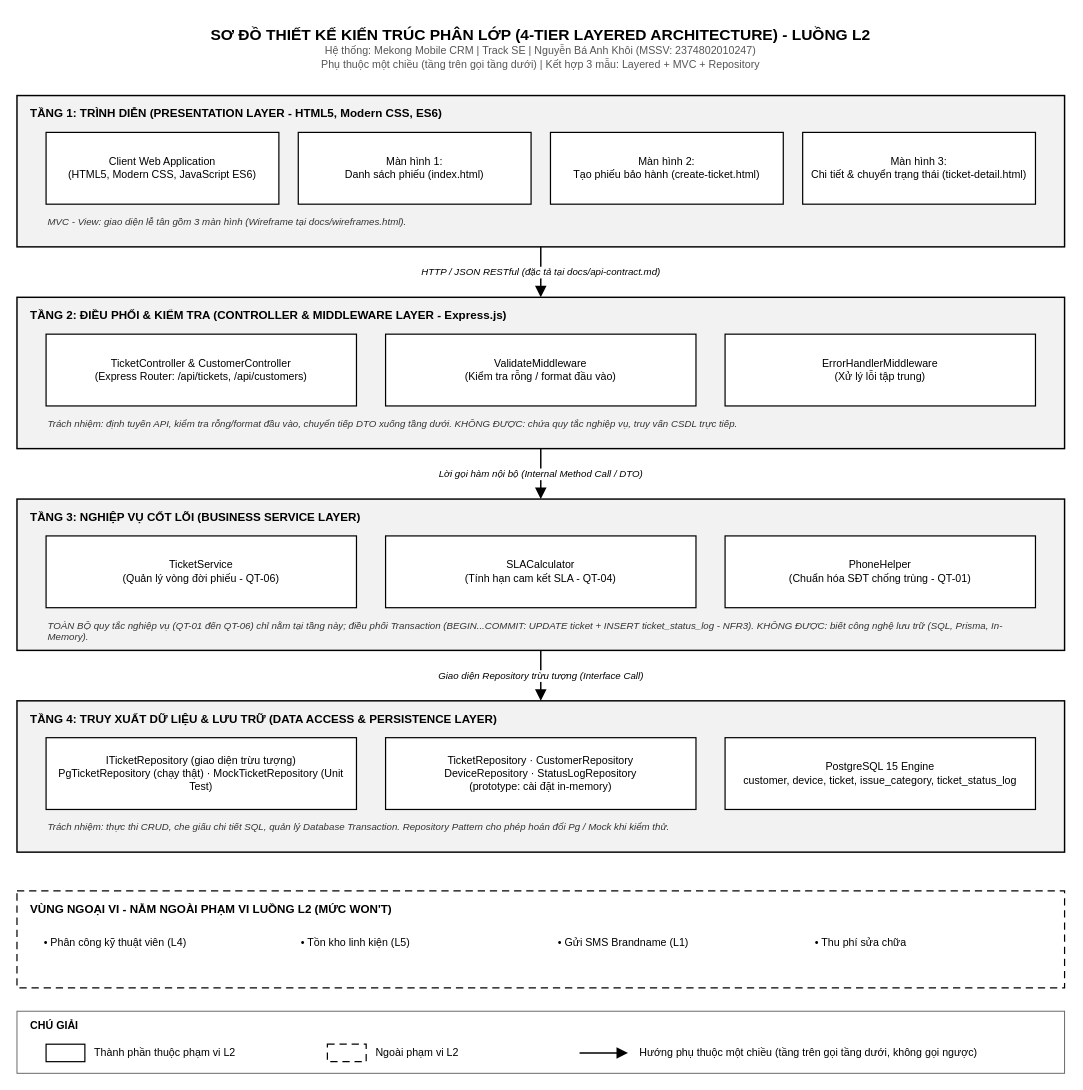
Before: docs/architecture.drawio in Khoidep-zai/cdtn1-NguyenBaAnhKhoi-l2, a draw.io diagram. Source tidied: cells renumbered, new cells numbered last; positions are measured from the earlier drawing's top-left corner, leaving out a move shared by most shapes. Both pictures are drawn from the tidied source at 97%, with x=0, y=0 at pixel (16, 16).
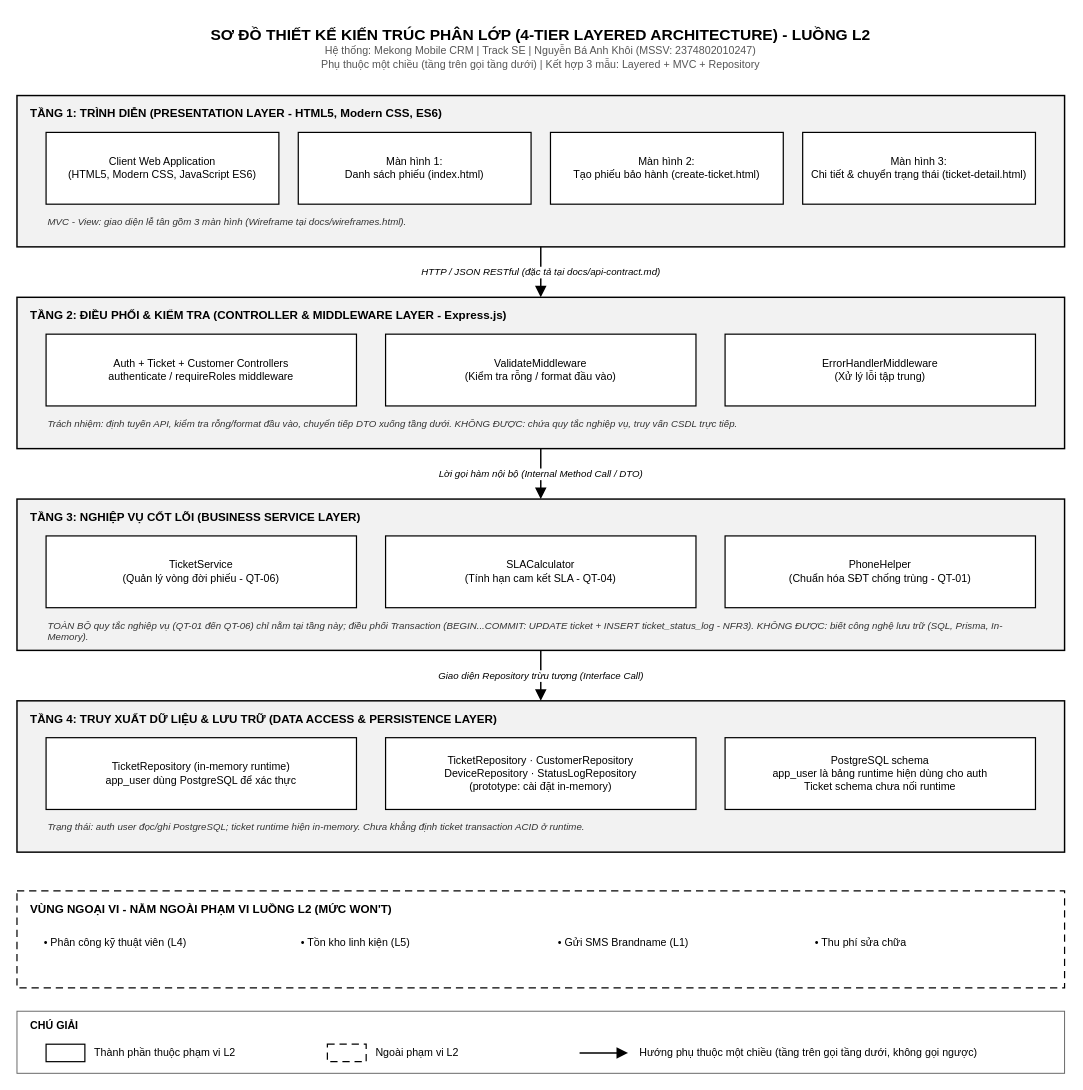
After the change.

The change refers to these unchanged cells:
```xml
<mxCell id="10" style="rounded=0;html=1;fillColor=#F2F2F2;strokeColor=#000000;strokeWidth=1.5;" parent="1" vertex="1">
  <mxGeometry y="289" width="1080" height="156" as="geometry" />
</mxCell>
<mxCell id="22" style="rounded=0;html=1;fillColor=#F2F2F2;strokeColor=#000000;strokeWidth=1.5;" parent="1" vertex="1">
  <mxGeometry y="705" width="1080" height="156" as="geometry" />
</mxCell>
```

The edit, as a diff of the source:
```diff
@@
-    <mxCell id="12" value="TicketController &amp; CustomerController&lt;br&gt;(Express Router: /api/tickets, /api/customers)" style="rounded=0;html=1;whiteSpace=wrap;fillColor=#FFFFFF;strokeColor=#000000;strokeWidth=1.25;fontColor=#000000;fontSize=11;" parent="10" vertex="1">
+    <mxCell id="12" value="Auth + Ticket + Customer Controllers&lt;br&gt;authenticate / requireRoles middleware" style="rounded=0;html=1;whiteSpace=wrap;fillColor=#FFFFFF;strokeColor=#000000;strokeWidth=1.25;fontColor=#000000;fontSize=11;" parent="10" vertex="1">
       <mxGeometry x="30" y="38" width="320" height="74" as="geometry" />
     </mxCell>
@@
-    <mxCell id="24" value="ITicketRepository (giao diện trừu tượng)&lt;br&gt;PgTicketRepository (chạy thật) · MockTicketRepository (Unit Test)" style="rounded=0;html=1;whiteSpace=wrap;fillColor=#FFFFFF;strokeColor=#000000;strokeWidth=1.25;fontColor=#000000;fontSize=11;" parent="22" vertex="1">
+    <mxCell id="24" value="TicketRepository (in-memory runtime)&lt;br&gt;app_user dùng PostgreSQL để xác thực" style="rounded=0;html=1;whiteSpace=wrap;fillColor=#FFFFFF;strokeColor=#000000;strokeWidth=1.25;fontColor=#000000;fontSize=11;" parent="22" vertex="1">
       <mxGeometry x="30" y="38" width="320" height="74" as="geometry" />
     </mxCell>
@@
-    <mxCell id="26" value="PostgreSQL 15 Engine&lt;br&gt;customer, device, ticket, issue_category, ticket_status_log" style="rounded=0;html=1;whiteSpace=wrap;fillColor=#FFFFFF;strokeColor=#000000;strokeWidth=1.25;fontColor=#000000;fontSize=11;" parent="22" vertex="1">
+    <mxCell id="26" value="PostgreSQL schema&lt;br&gt;app_user là bảng runtime hiện dùng cho auth&lt;br&gt;Ticket schema chưa nối runtime" style="rounded=0;html=1;whiteSpace=wrap;fillColor=#FFFFFF;strokeColor=#000000;strokeWidth=1.25;fontColor=#000000;fontSize=11;" parent="22" vertex="1">
       <mxGeometry x="730" y="38" width="320" height="74" as="geometry" />
     </mxCell>
-    <mxCell id="27" value="Trách nhiệm: thực thi CRUD, che giấu chi tiết SQL, quản lý Database Transaction. Repository Pattern cho phép hoán đổi Pg / Mock khi kiểm thử." style="text;html=1;whiteSpace=wrap;verticalAlign=top;fontColor=#333333;align=left;fontSize=10;fontStyle=2;" parent="22" vertex="1">
+    <mxCell id="27" value="Trạng thái: auth user đọc/ghi PostgreSQL; ticket runtime hiện in-memory. Chưa khẳng định ticket transaction ACID ở runtime." style="text;html=1;whiteSpace=wrap;verticalAlign=top;fontColor=#333333;align=left;fontSize=10;fontStyle=2;" parent="22" vertex="1">
       <mxGeometry x="30" y="118" width="1020" height="34" as="geometry" />
     </mxCell>
```
